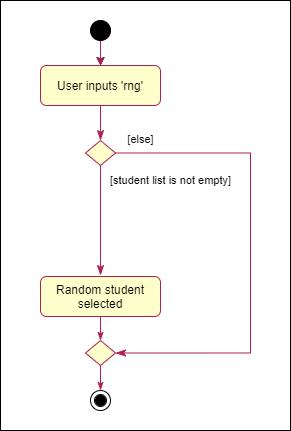
The draw.io diagram docs/images/RngActivityDiagram.png in nweiyue/tp, before a commit. Source tidied: cells renumbered, new cells last; positions are measured from the earlier drawing's top-left corner, leaving out a move shared by most shapes.
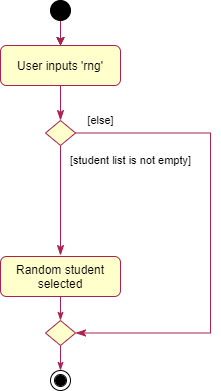
Later version of the same file.

The edit, as a diff of the source:
```diff
@@ -2,9 +2,6 @@
   <root>
     <mxCell id="0" />
     <mxCell id="1" parent="0" />
-    <mxCell id="2" style="rounded=0;whiteSpace=wrap;html=1;fillColor=#FFFFFF;" parent="1" vertex="1">
-      <mxGeometry width="290" height="430" as="geometry" />
-    </mxCell>
     <mxCell id="3" style="rounded=0;html=1;jettySize=auto;fontSize=11;endArrow=classicThin;endFill=1;endSize=8;strokeWidth=1;shadow=0;labelBackgroundColor=none;edgeStyle=orthogonalEdgeStyle;strokeColor=#ac2150;" parent="1" edge="1" source="4" target="7">
       <mxGeometry relative="1" as="geometry" />
     </mxCell>
```
